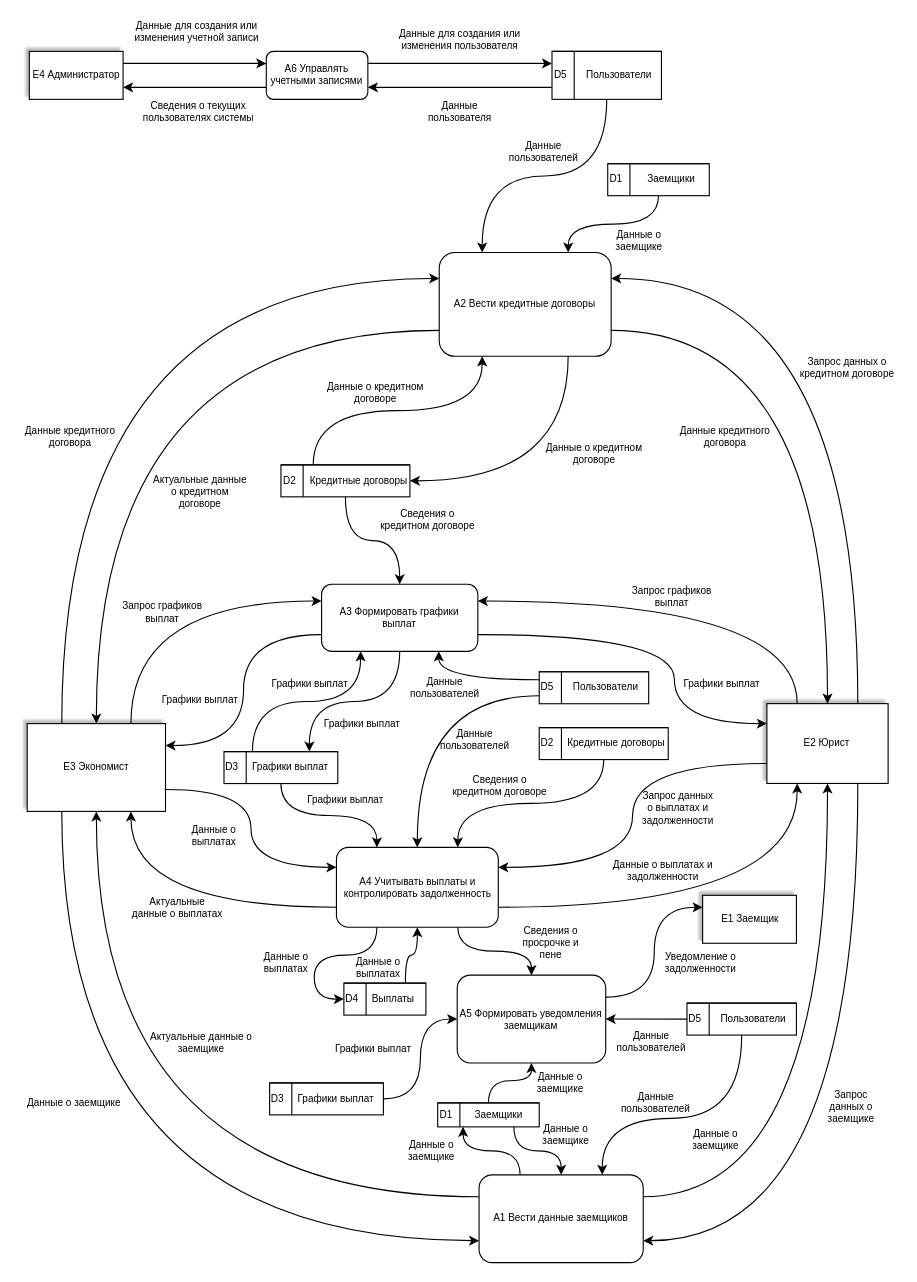
Earlier version of the draw.io diagram page "A0" (2 of 3) of DFD.drawio (marlef03/pindblabs). Source tidied: cells renumbered, new cells numbered last; positions are measured from the earlier drawing's top-left corner, leaving out a move shared by most shapes. Both pictures are drawn from the tidied source at 111%, with x=0, y=0 at pixel (19, 19).
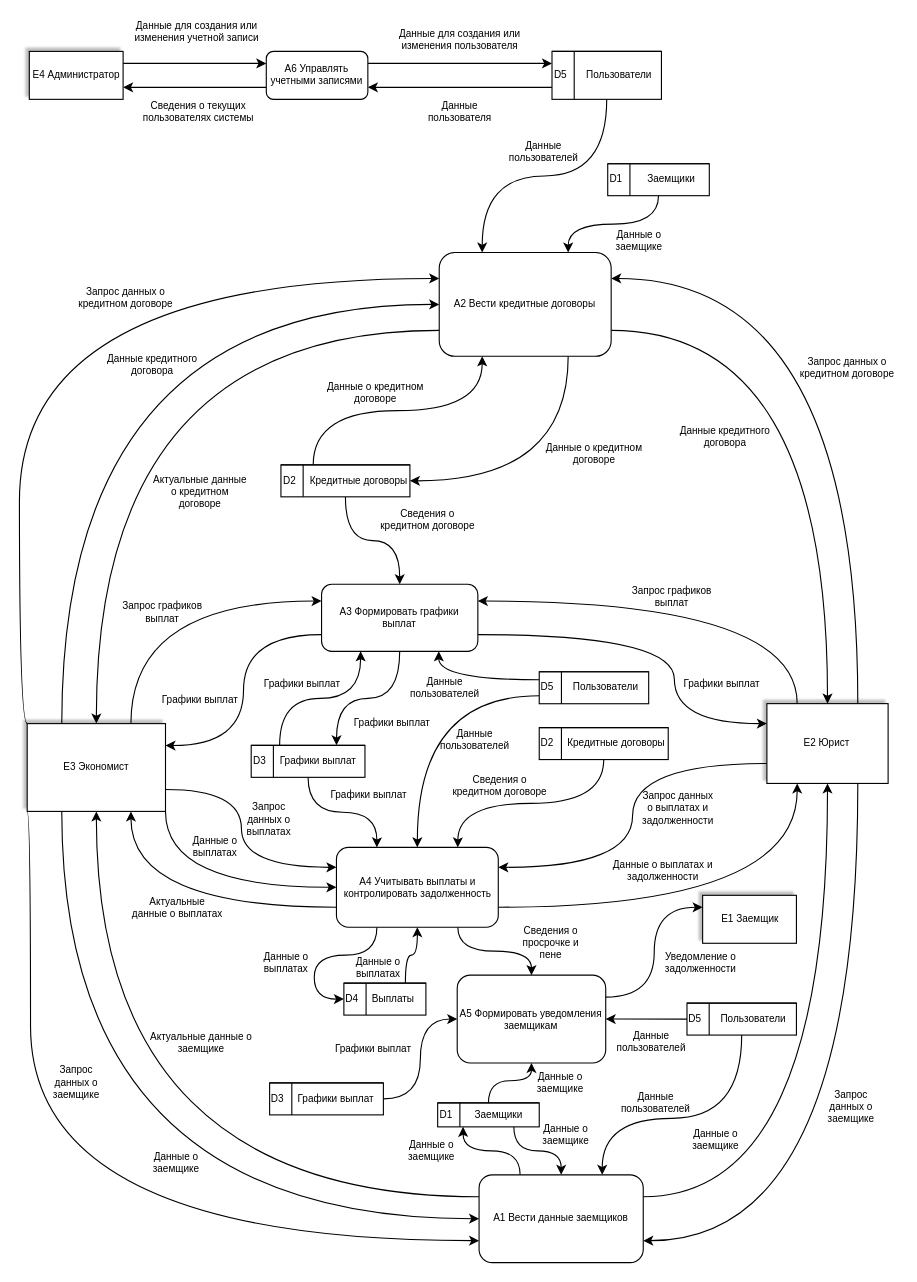
The same page after the edit.

The change refers to these unchanged cells:
```xml
<mxCell id="6" value="А1 Вести данные заемщиков" style="rounded=1;whiteSpace=wrap;html=1;fontSize=9;" parent="1" vertex="1">
  <mxGeometry x="414.1" y="1040.9" width="147.9" height="79.1" as="geometry" />
</mxCell>
<mxCell id="10" value="А2 Вести кредитные договоры" style="rounded=1;whiteSpace=wrap;html=1;fontSize=9;" parent="1" vertex="1">
  <mxGeometry x="378.2" y="210" width="154.9" height="93.5" as="geometry" />
</mxCell>
<mxCell id="19" value="А4&amp;nbsp;Учитывать выплаты и контролировать задолженность" style="rounded=1;whiteSpace=wrap;html=1;fontSize=9;" parent="1" vertex="1">
  <mxGeometry x="285.6" y="745.9" width="145.8" height="71.9" as="geometry" />
</mxCell>
<mxCell id="31" value="E3 Экономист" style="rounded=0;whiteSpace=wrap;html=1;shadow=1;shadowOffsetX=-3;shadowOffsetY=-3;shadowBlur=1;fontSize=9;" parent="1" vertex="1">
  <mxGeometry x="7" y="634.4" width="124.6" height="79.1" as="geometry" />
</mxCell>
```

Diff of the diagram source:
```diff
@@
-    <mxCell id="27" style="edgeStyle=orthogonalEdgeStyle;curved=1;rounded=0;jettySize=auto;html=1;exitX=0.25;exitY=1;exitDx=0;exitDy=0;entryX=0;entryY=0.75;entryDx=0;entryDy=0;fontSize=9;" parent="1" edge="1" source="31" target="6">
+    <mxCell id="27" style="edgeStyle=orthogonalEdgeStyle;curved=1;rounded=0;jettySize=auto;html=1;exitX=0.25;exitY=1;exitDx=0;exitDy=0;entryX=0;entryY=0.5;entryDx=0;entryDy=0;fontSize=9;" parent="1" edge="1" source="31" target="6">
       <mxGeometry relative="1" as="geometry">
         <Array as="points">
-          <mxPoint x="38.2" y="1100.2" />
+          <mxPoint x="38.2" y="1080" />
+          <mxPoint x="414.1" y="1080" />
         </Array>
       </mxGeometry>
     </mxCell>
-    <mxCell id="28" style="edgeStyle=orthogonalEdgeStyle;curved=1;rounded=0;jettySize=auto;html=1;exitX=0.25;exitY=0;exitDx=0;exitDy=0;entryX=0;entryY=0.25;entryDx=0;entryDy=0;fontSize=9;" parent="1" edge="1" source="31" target="10">
+    <mxCell id="28" style="edgeStyle=orthogonalEdgeStyle;curved=1;rounded=0;jettySize=auto;html=1;exitX=0.25;exitY=0;exitDx=0;exitDy=0;entryX=0;entryY=0.5;entryDx=0;entryDy=0;fontSize=9;" parent="1" edge="1" source="31" target="10">
       <mxGeometry relative="1" as="geometry" />
     </mxCell>
@@
-    <mxCell id="30" style="edgeStyle=orthogonalEdgeStyle;curved=1;rounded=0;jettySize=auto;html=1;exitX=1;exitY=0.75;exitDx=0;exitDy=0;entryX=0;entryY=0.25;entryDx=0;entryDy=0;fontSize=9;" parent="1" edge="1" source="31" target="19">
-      <mxGeometry relative="1" as="geometry" />
-    </mxCell>
+    <mxCell id="104" style="edgeStyle=orthogonalEdgeStyle;curved=1;rounded=0;jettySize=auto;html=1;exitX=0;exitY=0;exitDx=0;exitDy=0;entryX=0;entryY=0.25;entryDx=0;entryDy=0;" parent="1" edge="1" source="31" target="10">
+      <mxGeometry relative="1" as="geometry">
+        <Array as="points">
+          <mxPoint y="634.4" />
+          <mxPoint y="233.4" />
+        </Array>
+      </mxGeometry>
+    </mxCell>
+    <mxCell id="105" style="edgeStyle=orthogonalEdgeStyle;curved=1;rounded=0;jettySize=auto;html=1;exitX=1;exitY=1;exitDx=0;exitDy=0;entryX=0;entryY=0.5;entryDx=0;entryDy=0;" parent="1" edge="1" source="31" target="19">
+      <mxGeometry relative="1" as="geometry" />
+    </mxCell>
+    <mxCell id="106" style="edgeStyle=orthogonalEdgeStyle;curved=1;rounded=0;jettySize=auto;html=1;exitX=1;exitY=0.75;exitDx=0;exitDy=0;entryX=0;entryY=0.25;entryDx=0;entryDy=0;" parent="1" edge="1" source="31" target="19">
+      <mxGeometry relative="1" as="geometry">
+        <Array as="points">
+          <mxPoint x="200" y="693.8" />
+          <mxPoint x="200" y="763.9" />
+        </Array>
+      </mxGeometry>
+    </mxCell>
+    <mxCell id="107" style="edgeStyle=orthogonalEdgeStyle;curved=1;rounded=0;jettySize=auto;html=1;exitX=0;exitY=1;exitDx=0;exitDy=0;entryX=0;entryY=0.75;entryDx=0;entryDy=0;" parent="1" edge="1" source="31" target="6">
+      <mxGeometry relative="1" as="geometry">
+        <Array as="points">
+          <mxPoint x="10" y="713.6" />
+          <mxPoint x="10" y="1100.2" />
+        </Array>
+      </mxGeometry>
+    </mxCell>
@@
     <mxCell id="38" value="Данные о заемщике" style="text;html=1;whiteSpace=wrap;strokeColor=none;fillColor=none;align=center;verticalAlign=middle;rounded=0;fontSize=9;" parent="1" vertex="1">
-      <mxGeometry y="965.3" width="98.6" height="21.6" as="geometry" />
+      <mxGeometry x="110.4" y="1019.3" width="63.4" height="21.6" as="geometry" />
     </mxCell>
@@
     <mxCell id="46" value="Данные кредитного договора" style="text;html=1;whiteSpace=wrap;strokeColor=none;fillColor=none;align=center;verticalAlign=middle;rounded=0;fontSize=9;" parent="1" vertex="1">
-      <mxGeometry y="364.7" width="91.5" height="21.6" as="geometry" />
+      <mxGeometry x="73.9" y="300" width="91.5" height="21.6" as="geometry" />
     </mxCell>
@@
     <mxCell id="48" value="Данные о выплатах" style="text;html=1;whiteSpace=wrap;strokeColor=none;fillColor=none;align=center;verticalAlign=middle;rounded=0;fontSize=9;" parent="1" vertex="1">
-      <mxGeometry x="144.4" y="724.3" width="63.4" height="21.6" as="geometry" />
+      <mxGeometry x="145.4" y="734.4" width="63.4" height="21.6" as="geometry" />
     </mxCell>
@@
     <mxCell id="64" value="D3&amp;nbsp; &amp;nbsp; &amp;nbsp;Графики выплат" style="shape=internalStorage;whiteSpace=wrap;html=1;backgroundOutline=1;dx=20;dy=0;align=left;fontSize=9;" parent="1" vertex="1">
-      <mxGeometry x="184.3" y="659.6" width="102.5" height="28.8" as="geometry" />
+      <mxGeometry x="208.8" y="654" width="102.5" height="28.8" as="geometry" />
     </mxCell>
     <mxCell id="65" value="Графики выплат" style="text;html=1;whiteSpace=wrap;strokeColor=none;fillColor=none;align=center;verticalAlign=middle;rounded=0;fontSize=9;" parent="1" vertex="1">
-      <mxGeometry x="225.4" y="587.7" width="73.9" height="21.6" as="geometry" />
+      <mxGeometry x="218.3" y="587.7" width="73.9" height="21.6" as="geometry" />
     </mxCell>
     <mxCell id="66" value="Графики выплат" style="text;html=1;whiteSpace=wrap;strokeColor=none;fillColor=none;align=center;verticalAlign=middle;rounded=0;fontSize=9;" parent="1" vertex="1">
-      <mxGeometry x="272.2" y="624" width="73.9" height="21.6" as="geometry" />
+      <mxGeometry x="299.3" y="623.3" width="73.9" height="21.6" as="geometry" />
     </mxCell>
     <mxCell id="67" value="Графики выплат" style="text;html=1;whiteSpace=wrap;strokeColor=none;fillColor=none;align=center;verticalAlign=middle;rounded=0;fontSize=9;" parent="1" vertex="1">
-      <mxGeometry x="256.7" y="692" width="73.9" height="21.6" as="geometry" />
+      <mxGeometry x="277.8" y="688.4" width="73.9" height="21.6" as="geometry" />
     </mxCell>
@@
+    <mxCell id="108" value="Запрос данных о заемщике" style="text;html=1;whiteSpace=wrap;strokeColor=none;fillColor=none;align=center;verticalAlign=middle;rounded=0;fontSize=9;" parent="1" vertex="1">
+      <mxGeometry x="20" y="947" width="63.4" height="21.6" as="geometry" />
+    </mxCell>
+    <mxCell id="109" value="Запрос данных о кредитном договоре" style="text;html=1;whiteSpace=wrap;strokeColor=none;fillColor=none;align=center;verticalAlign=middle;rounded=0;fontSize=9;" parent="1" vertex="1">
+      <mxGeometry x="50" y="240" width="91.5" height="21.6" as="geometry" />
+    </mxCell>
+    <mxCell id="110" value="Запрос данных о выплатах" style="text;html=1;whiteSpace=wrap;strokeColor=none;fillColor=none;align=center;verticalAlign=middle;rounded=0;fontSize=9;" parent="1" vertex="1">
+      <mxGeometry x="200" y="710" width="50" height="21.6" as="geometry" />
+    </mxCell>
```
